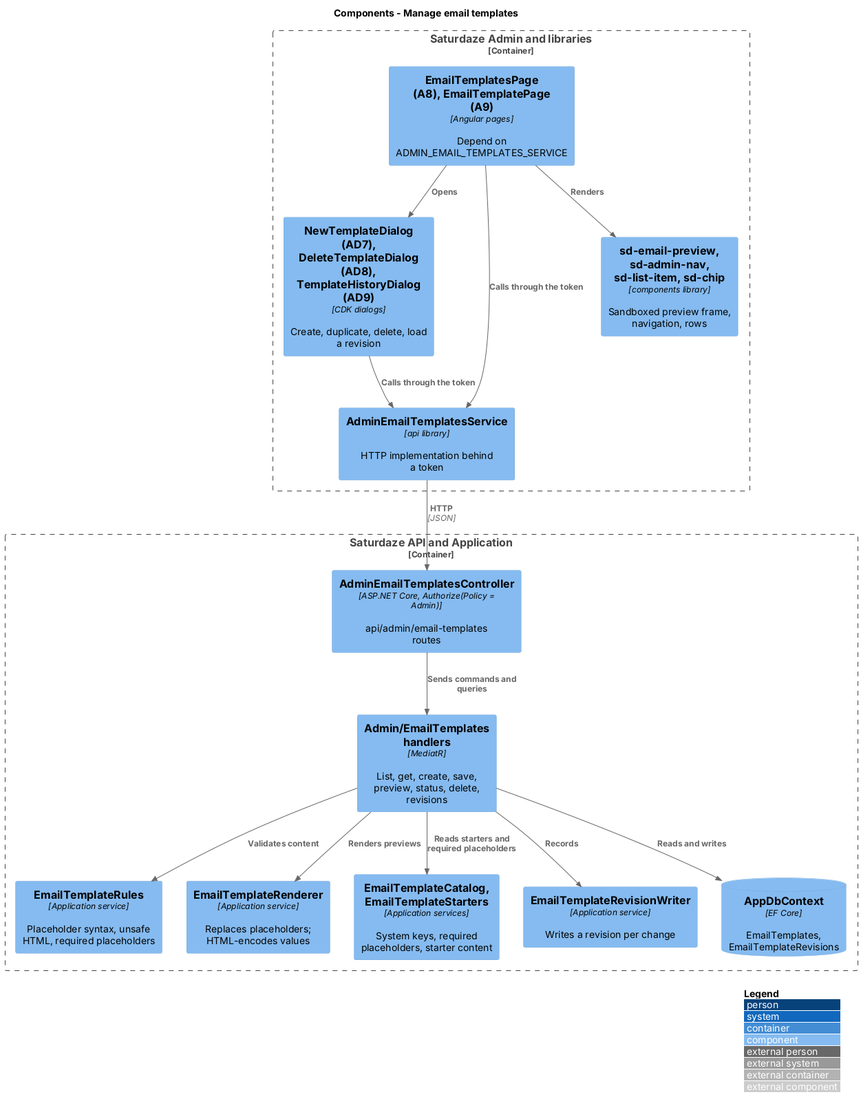
This is docs/detailed-designs/administration/manage-email-templates/diagrams/c4-component.png from QuinntyneBrown/saturdaze, a PlantUML export, as it was before one commit.
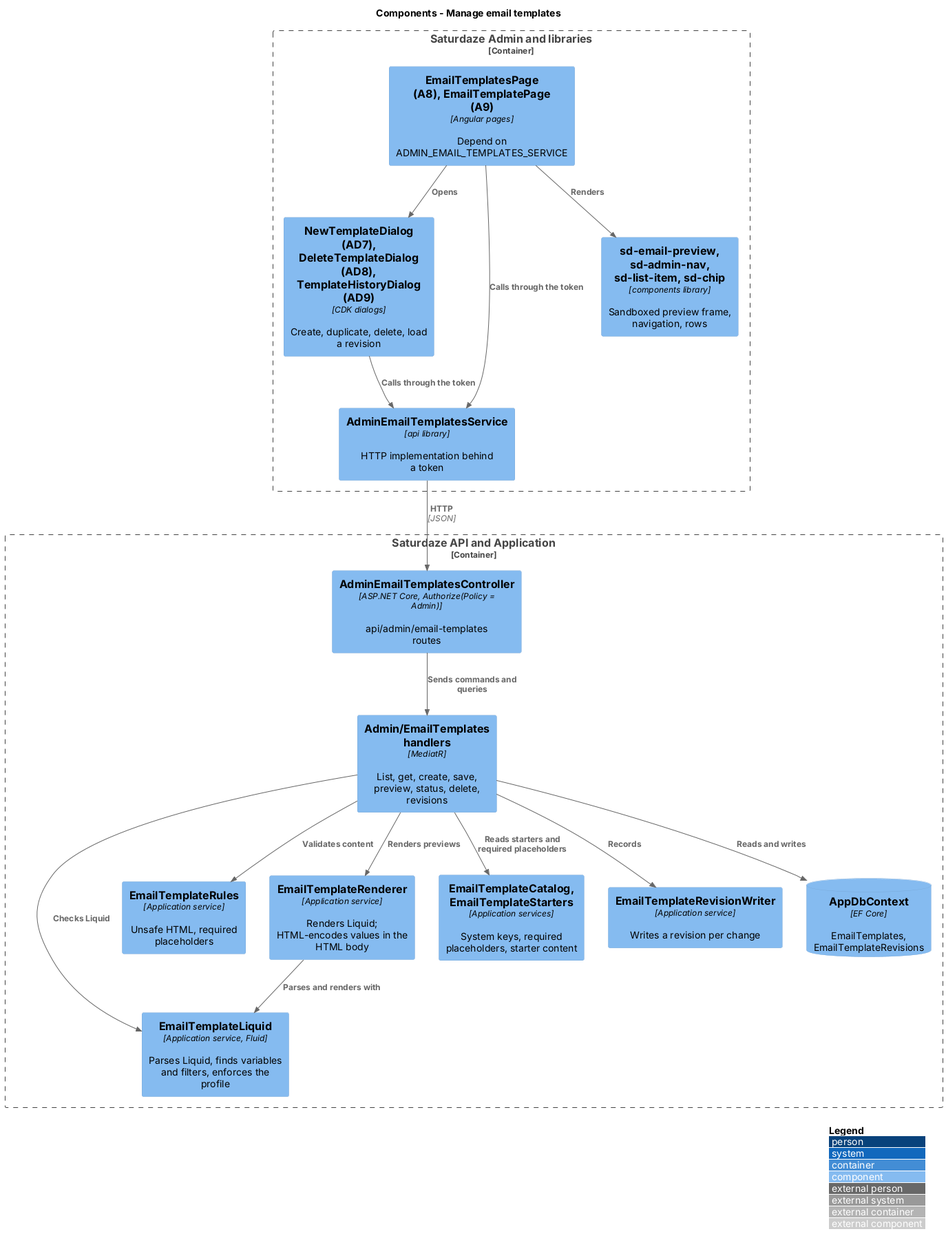
After the change.

Commit message:
docs: write email templates in Liquid (L2-131, ADR-016)

Diff of the diagram source:
```diff
@@ -12,8 +12,9 @@
 Container_Boundary(api, "Saturdaze API and Application") {
   Component(ctrl, "AdminEmailTemplatesController", "ASP.NET Core, Authorize(Policy = Admin)", "api/admin/email-templates routes")
   Component(handlers, "Admin/EmailTemplates handlers", "MediatR", "List, get, create, save, preview, status, delete, revisions")
-  Component(rules, "EmailTemplateRules", "Application service", "Placeholder syntax, unsafe HTML, required placeholders")
-  Component(renderer, "EmailTemplateRenderer", "Application service", "Replaces placeholders; HTML-encodes values")
+  Component(liquid, "EmailTemplateLiquid", "Application service, Fluid", "Parses Liquid, finds variables and filters, enforces the profile")
+  Component(rules, "EmailTemplateRules", "Application service", "Unsafe HTML, required placeholders")
+  Component(renderer, "EmailTemplateRenderer", "Application service", "Renders Liquid; HTML-encodes values in the HTML body")
   Component(catalog, "EmailTemplateCatalog, EmailTemplateStarters", "Application services", "System keys, required placeholders, starter content")
   Component(revisions, "EmailTemplateRevisionWriter", "Application service", "Writes a revision per change")
   ComponentDb(db, "AppDbContext", "EF Core", "EmailTemplates, EmailTemplateRevisions")
@@ -24,7 +25,9 @@
 Rel(dialogs, svc, "Calls through the token")
 Rel(svc, ctrl, "HTTP", "JSON")
 Rel(ctrl, handlers, "Sends commands and queries")
+Rel(handlers, liquid, "Checks Liquid")
 Rel(handlers, rules, "Validates content")
+Rel(renderer, liquid, "Parses and renders with")
 Rel(handlers, renderer, "Renders previews")
 Rel(handlers, catalog, "Reads starters and required placeholders")
 Rel(handlers, revisions, "Records")
```
